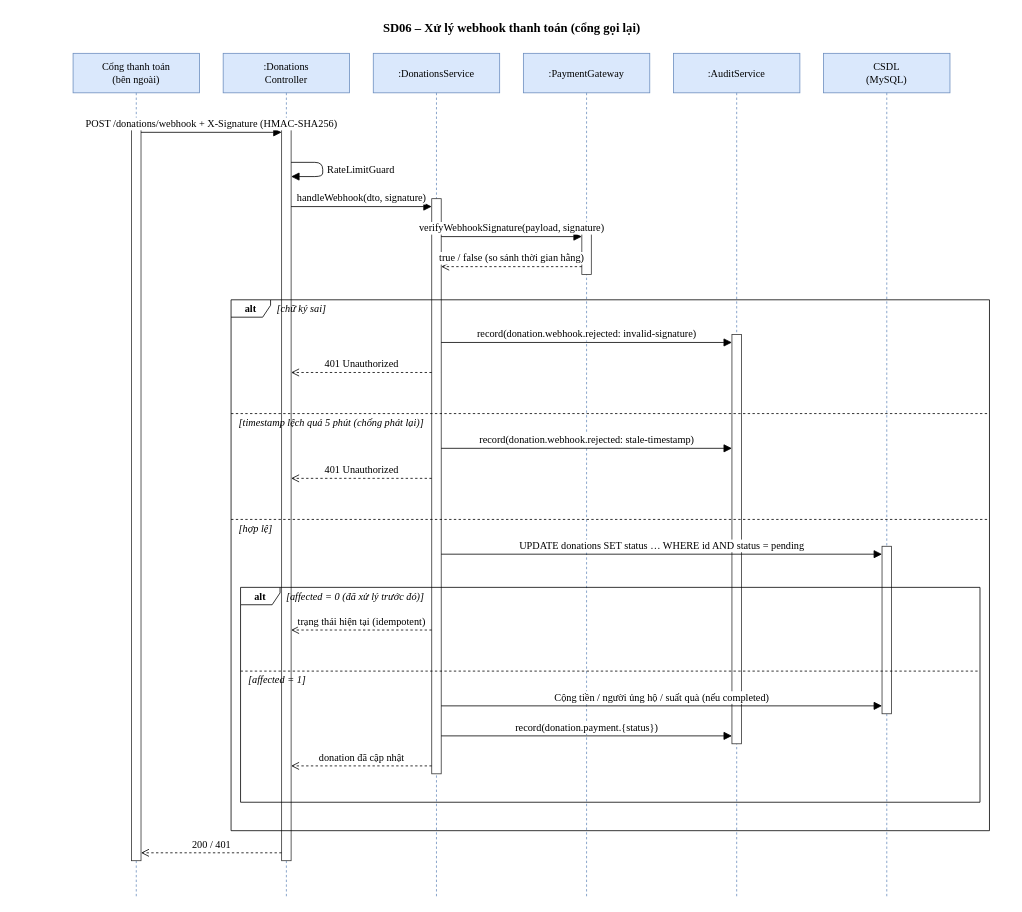
Above: Document/03_SoDoUML/03_SequenceDiagram/SD06_WebhookThanhToan.drawio in nhanhuutran007/DATN_2627_Website (draw.io), before the change. Source tidied: cells renumbered, new cells numbered last; positions are measured from the earlier drawing's top-left corner, leaving out a move shared by most shapes. Both pictures are drawn from the tidied source at 79%, with x=0, y=0 at pixel (13, 13).
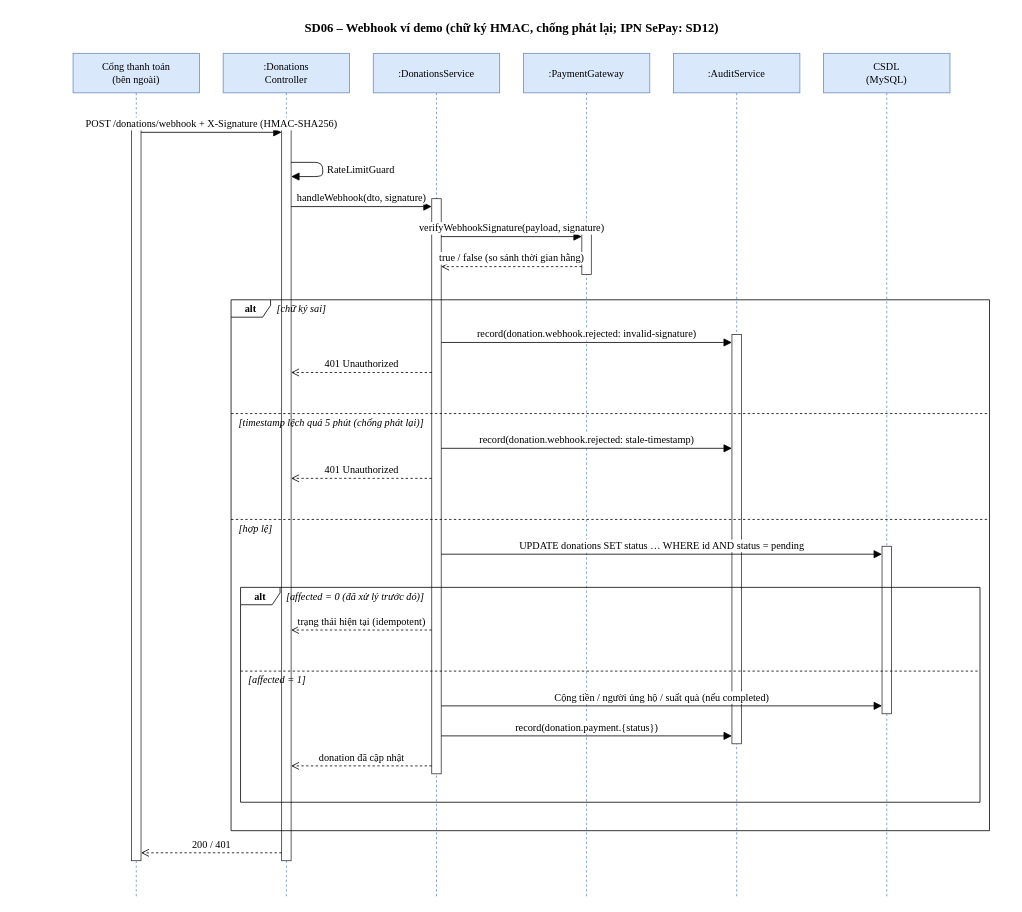
Above is the later version.

The edit, as a diff of the source:
```diff
@@
-    <mxCell id="2" value="&lt;b&gt;SD06 – Xử lý webhook thanh toán (cổng gọi lại)&lt;/b&gt;" style="fontFamily=Times New Roman;fontSize=13;text;html=1;align=center;verticalAlign=middle;fontSize=16;" parent="1" vertex="1">
+    <mxCell id="2" value="&lt;b&gt;SD06 – Webhook ví demo (chữ ký HMAC, chống phát lại; IPN SePay: SD12)&lt;/b&gt;" style="fontFamily=Times New Roman;fontSize=13;text;html=1;align=center;verticalAlign=middle;fontSize=16;" parent="1" vertex="1">
       <mxGeometry width="1260" height="36" as="geometry" />
     </mxCell>
```
